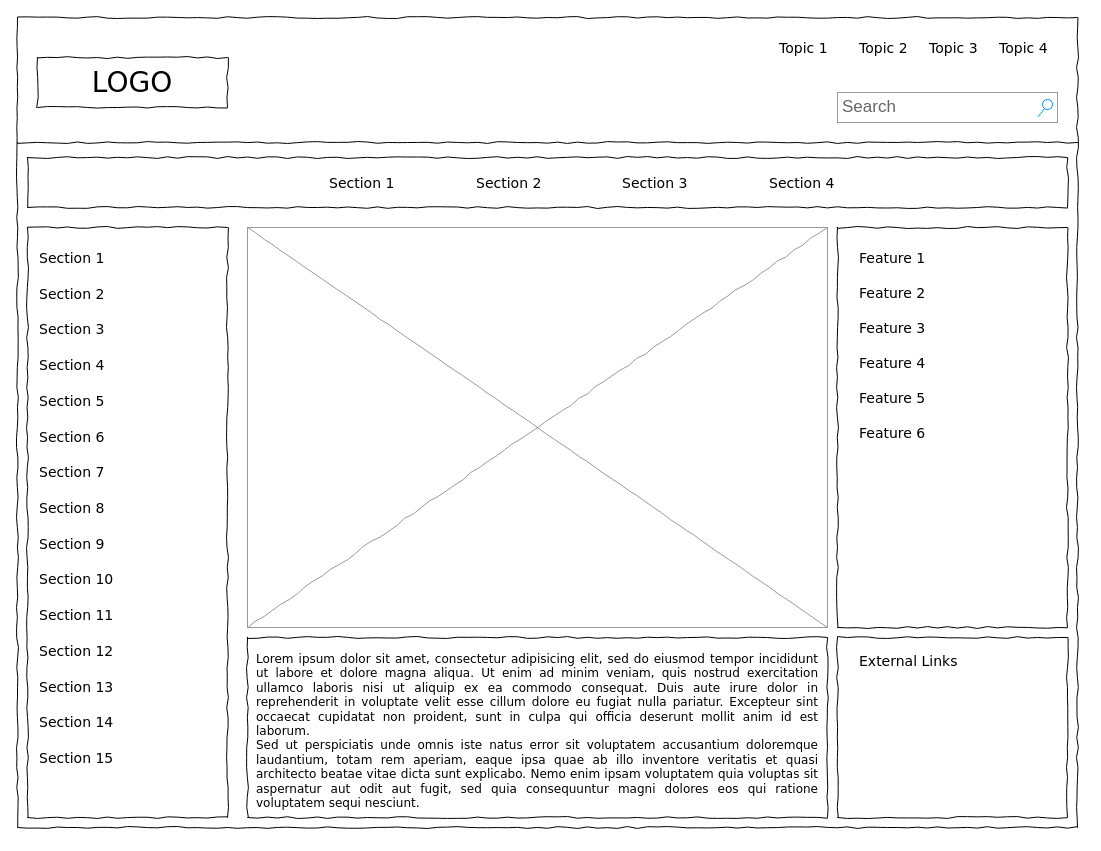
Earlier version of the draw.io diagram Diagrama sin título.drawio (rrespiggi/curso-html-css-inicial). Source tidied: cells renumbered, new cells numbered last; positions are measured from the earlier drawing's top-left corner, leaving out a move shared by most shapes. Both pictures are drawn from the tidied source at 100%, with x=0, y=0 at pixel (17, 17).
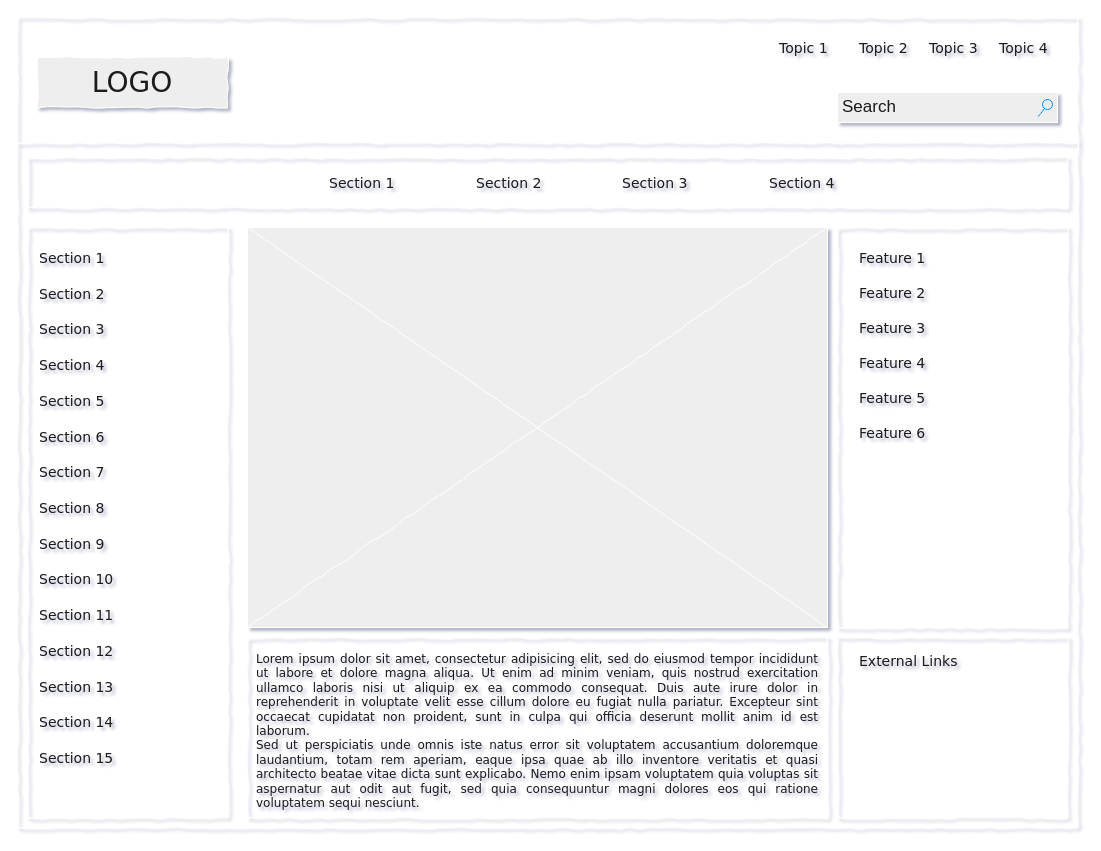
The same diagram, later.

Diff of the diagram source:
```diff
@@
-<mxGraphModel background="#ffffff">
+<mxGraphModel background="#ffffff" shadow="1">
@@
-    <mxCell id="2" style="whiteSpace=wrap;html=1;rounded=0;shadow=0;labelBackgroundColor=none;strokeColor=#000000;strokeWidth=1;fillColor=none;fontFamily=Verdana;fontSize=12;fontColor=#000000;align=center;comic=1;" parent="1" vertex="1">
+    <mxCell id="2" style="whiteSpace=wrap;html=1;rounded=0;shadow=0;labelBackgroundColor=none;strokeColor=#FFFFFF;strokeWidth=1;fillColor=none;fontFamily=Verdana;fontSize=12;fontColor=#1A1A1A;align=center;comic=1;" parent="1" vertex="1">
       <mxGeometry width="1060" height="810" as="geometry" />
     </mxCell>
-    <mxCell id="3" value="LOGO" style="whiteSpace=wrap;html=1;rounded=0;shadow=0;labelBackgroundColor=none;strokeWidth=1;fontFamily=Verdana;fontSize=28;align=center;comic=1;" parent="1" vertex="1">
+    <mxCell id="3" value="LOGO" style="whiteSpace=wrap;html=1;rounded=0;shadow=0;labelBackgroundColor=none;strokeWidth=1;fontFamily=Verdana;fontSize=28;align=center;comic=1;fillColor=#EEEEEE;strokeColor=#FFFFFF;fontColor=#1A1A1A;" parent="1" vertex="1">
       <mxGeometry x="20" y="40" width="190" height="50" as="geometry" />
     </mxCell>
-    <mxCell id="4" value="Search" style="strokeWidth=1;shadow=0;dashed=0;align=center;html=1;shape=mxgraph.mockup.forms.searchBox;strokeColor=#999999;mainText=;strokeColor2=#008cff;fontColor=#666666;fontSize=17;align=left;spacingLeft=3;rounded=0;labelBackgroundColor=none;comic=1;" parent="1" vertex="1">
+    <mxCell id="4" value="Search" style="strokeWidth=1;shadow=0;dashed=0;align=center;html=1;shape=mxgraph.mockup.forms.searchBox;strokeColor=#FFFFFF;mainText=;strokeColor2=#008cff;fontColor=#1A1A1A;fontSize=17;align=left;spacingLeft=3;rounded=0;labelBackgroundColor=none;comic=1;fillColor=#EEEEEE;" parent="1" vertex="1">
       <mxGeometry x="820" y="75" width="220" height="30" as="geometry" />
     </mxCell>
-    <mxCell id="5" value="Topic 1" style="text;html=1;align=left;verticalAlign=top;spacingTop=-4;fontSize=14;fontFamily=Verdana;" parent="1" vertex="1">
+    <mxCell id="5" value="Topic 1" style="text;html=1;align=left;verticalAlign=top;spacingTop=-4;fontSize=14;fontFamily=Verdana;labelBackgroundColor=none;fontColor=#1A1A1A;" parent="1" vertex="1">
       <mxGeometry x="760" y="20" width="60" height="20" as="geometry" />
     </mxCell>
-    <mxCell id="6" value="Topic 2" style="text;html=1;align=left;verticalAlign=top;spacingTop=-4;fontSize=14;fontFamily=Verdana;" parent="1" vertex="1">
+    <mxCell id="6" value="Topic 2" style="text;html=1;align=left;verticalAlign=top;spacingTop=-4;fontSize=14;fontFamily=Verdana;labelBackgroundColor=none;fontColor=#1A1A1A;" parent="1" vertex="1">
       <mxGeometry x="840" y="20" width="60" height="20" as="geometry" />
     </mxCell>
-    <mxCell id="7" value="Topic 3" style="text;html=1;align=left;verticalAlign=top;spacingTop=-4;fontSize=14;fontFamily=Verdana;" parent="1" vertex="1">
+    <mxCell id="7" value="Topic 3" style="text;html=1;align=left;verticalAlign=top;spacingTop=-4;fontSize=14;fontFamily=Verdana;labelBackgroundColor=none;fontColor=#1A1A1A;" parent="1" vertex="1">
       <mxGeometry x="910" y="20" width="60" height="20" as="geometry" />
     </mxCell>
-    <mxCell id="8" value="Topic 4" style="text;html=1;align=left;verticalAlign=top;spacingTop=-4;fontSize=14;fontFamily=Verdana;" parent="1" vertex="1">
+    <mxCell id="8" value="Topic 4" style="text;html=1;align=left;verticalAlign=top;spacingTop=-4;fontSize=14;fontFamily=Verdana;labelBackgroundColor=none;fontColor=#1A1A1A;" parent="1" vertex="1">
       <mxGeometry x="980" y="20" width="60" height="20" as="geometry" />
     </mxCell>
-    <mxCell id="9" style="whiteSpace=wrap;html=1;rounded=0;shadow=0;labelBackgroundColor=none;strokeWidth=1;fillColor=none;fontFamily=Verdana;fontSize=12;align=center;comic=1;" parent="1" vertex="1">
+    <mxCell id="9" style="whiteSpace=wrap;html=1;rounded=0;shadow=0;labelBackgroundColor=none;strokeWidth=1;fillColor=none;fontFamily=Verdana;fontSize=12;align=center;comic=1;strokeColor=#FFFFFF;fontColor=#1A1A1A;" parent="1" vertex="1">
       <mxGeometry x="10" y="210" width="200" height="590" as="geometry" />
     </mxCell>
-    <mxCell id="10" style="line;strokeWidth=1;html=1;rounded=0;shadow=0;labelBackgroundColor=none;fillColor=none;fontFamily=Verdana;fontSize=14;fontColor=#000000;align=center;comic=1;" parent="1" vertex="1">
+    <mxCell id="10" style="line;strokeWidth=1;html=1;rounded=0;shadow=0;labelBackgroundColor=none;fillColor=none;fontFamily=Verdana;fontSize=14;fontColor=#1A1A1A;align=center;comic=1;strokeColor=#FFFFFF;" parent="1" vertex="1">
       <mxGeometry y="120" width="1060" height="10" as="geometry" />
     </mxCell>
-    <mxCell id="11" style="whiteSpace=wrap;html=1;rounded=0;shadow=0;labelBackgroundColor=none;strokeWidth=1;fillColor=none;fontFamily=Verdana;fontSize=12;align=center;comic=1;" parent="1" vertex="1">
+    <mxCell id="11" style="whiteSpace=wrap;html=1;rounded=0;shadow=0;labelBackgroundColor=none;strokeWidth=1;fillColor=none;fontFamily=Verdana;fontSize=12;align=center;comic=1;strokeColor=#FFFFFF;fontColor=#1A1A1A;" parent="1" vertex="1">
       <mxGeometry x="10" y="140" width="1040" height="50" as="geometry" />
     </mxCell>
-    <mxCell id="12" value="Section 1" style="text;html=1;align=left;verticalAlign=top;spacingTop=-4;fontSize=14;fontFamily=Verdana;" parent="1" vertex="1">
+    <mxCell id="12" value="Section 1" style="text;html=1;align=left;verticalAlign=top;spacingTop=-4;fontSize=14;fontFamily=Verdana;labelBackgroundColor=none;fontColor=#1A1A1A;" parent="1" vertex="1">
       <mxGeometry x="310" y="155" width="60" height="20" as="geometry" />
     </mxCell>
-    <mxCell id="13" value="Section 2" style="text;html=1;align=left;verticalAlign=top;spacingTop=-4;fontSize=14;fontFamily=Verdana;" parent="1" vertex="1">
+    <mxCell id="13" value="Section 2" style="text;html=1;align=left;verticalAlign=top;spacingTop=-4;fontSize=14;fontFamily=Verdana;labelBackgroundColor=none;fontColor=#1A1A1A;" parent="1" vertex="1">
       <mxGeometry x="457" y="155" width="60" height="20" as="geometry" />
     </mxCell>
-    <mxCell id="14" value="Section 3" style="text;html=1;align=left;verticalAlign=top;spacingTop=-4;fontSize=14;fontFamily=Verdana;" parent="1" vertex="1">
+    <mxCell id="14" value="Section 3" style="text;html=1;align=left;verticalAlign=top;spacingTop=-4;fontSize=14;fontFamily=Verdana;labelBackgroundColor=none;fontColor=#1A1A1A;" parent="1" vertex="1">
       <mxGeometry x="603" y="155" width="60" height="20" as="geometry" />
     </mxCell>
-    <mxCell id="15" value="Section 4" style="text;html=1;align=left;verticalAlign=top;spacingTop=-4;fontSize=14;fontFamily=Verdana;" parent="1" vertex="1">
+    <mxCell id="15" value="Section 4" style="text;html=1;align=left;verticalAlign=top;spacingTop=-4;fontSize=14;fontFamily=Verdana;labelBackgroundColor=none;fontColor=#1A1A1A;" parent="1" vertex="1">
       <mxGeometry x="750" y="155" width="60" height="20" as="geometry" />
     </mxCell>
-    <mxCell id="16" value="&lt;div style=&quot;text-align: justify&quot;&gt;&lt;span&gt;Lorem ipsum dolor sit amet, consectetur adipisicing elit, sed do eiusmod tempor incididunt ut labore et dolore magna aliqua. Ut enim ad minim veniam, quis nostrud exercitation ullamco laboris nisi ut aliquip ex ea commodo consequat. Duis aute irure dolor in reprehenderit in voluptate velit esse cillum dolore eu fugiat nulla pariatur. Excepteur sint occaecat cupidatat non proident, sunt in culpa qui officia deserunt mollit anim id est laborum.&lt;/span&gt;&lt;/div&gt;&lt;div style=&quot;text-align: justify&quot;&gt;&lt;span&gt;Sed ut perspiciatis unde omnis iste natus error sit voluptatem accusantium doloremque laudantium, totam rem aperiam, eaque ipsa quae ab illo inventore veritatis et quasi architecto beatae vitae dicta sunt explicabo. Nemo enim ipsam voluptatem quia voluptas sit aspernatur aut odit aut fugit, sed quia consequuntur magni dolores eos qui ratione voluptatem sequi nesciunt.&amp;nbsp;&lt;/span&gt;&lt;/div&gt;" style="whiteSpace=wrap;html=1;rounded=0;shadow=0;labelBackgroundColor=none;strokeWidth=1;fillColor=none;fontFamily=Verdana;fontSize=12;align=center;verticalAlign=top;spacing=10;comic=1;" parent="1" vertex="1">
+    <mxCell id="16" value="&lt;div style=&quot;text-align: justify&quot;&gt;&lt;span&gt;Lorem ipsum dolor sit amet, consectetur adipisicing elit, sed do eiusmod tempor incididunt ut labore et dolore magna aliqua. Ut enim ad minim veniam, quis nostrud exercitation ullamco laboris nisi ut aliquip ex ea commodo consequat. Duis aute irure dolor in reprehenderit in voluptate velit esse cillum dolore eu fugiat nulla pariatur. Excepteur sint occaecat cupidatat non proident, sunt in culpa qui officia deserunt mollit anim id est laborum.&lt;/span&gt;&lt;/div&gt;&lt;div style=&quot;text-align: justify&quot;&gt;&lt;span&gt;Sed ut perspiciatis unde omnis iste natus error sit voluptatem accusantium doloremque laudantium, totam rem aperiam, eaque ipsa quae ab illo inventore veritatis et quasi architecto beatae vitae dicta sunt explicabo. Nemo enim ipsam voluptatem quia voluptas sit aspernatur aut odit aut fugit, sed quia consequuntur magni dolores eos qui ratione voluptatem sequi nesciunt.&amp;nbsp;&lt;/span&gt;&lt;/div&gt;" style="whiteSpace=wrap;html=1;rounded=0;shadow=0;labelBackgroundColor=none;strokeWidth=1;fillColor=none;fontFamily=Verdana;fontSize=12;align=center;verticalAlign=top;spacing=10;comic=1;strokeColor=#FFFFFF;fontColor=#1A1A1A;" parent="1" vertex="1">
       <mxGeometry x="230" y="620" width="580" height="180" as="geometry" />
     </mxCell>
-    <mxCell id="17" style="verticalLabelPosition=bottom;shadow=0;dashed=0;align=center;html=1;verticalAlign=top;strokeWidth=1;shape=mxgraph.mockup.graphics.simpleIcon;strokeColor=#999999;rounded=0;labelBackgroundColor=none;fontFamily=Verdana;fontSize=14;fontColor=#000000;comic=1;" parent="1" vertex="1">
+    <mxCell id="17" style="verticalLabelPosition=bottom;shadow=0;dashed=0;align=center;html=1;verticalAlign=top;strokeWidth=1;shape=mxgraph.mockup.graphics.simpleIcon;strokeColor=#FFFFFF;rounded=0;labelBackgroundColor=none;fontFamily=Verdana;fontSize=14;fontColor=#1A1A1A;comic=1;fillColor=#EEEEEE;" parent="1" vertex="1">
       <mxGeometry x="230" y="210" width="580" height="400" as="geometry" />
     </mxCell>
-    <mxCell id="18" style="whiteSpace=wrap;html=1;rounded=0;shadow=0;labelBackgroundColor=none;strokeWidth=1;fillColor=none;fontFamily=Verdana;fontSize=12;align=center;comic=1;" parent="1" vertex="1">
+    <mxCell id="18" style="whiteSpace=wrap;html=1;rounded=0;shadow=0;labelBackgroundColor=none;strokeWidth=1;fillColor=none;fontFamily=Verdana;fontSize=12;align=center;comic=1;strokeColor=#FFFFFF;fontColor=#1A1A1A;" parent="1" vertex="1">
       <mxGeometry x="820" y="210" width="230" height="400" as="geometry" />
     </mxCell>
-    <mxCell id="19" style="whiteSpace=wrap;html=1;rounded=0;shadow=0;labelBackgroundColor=none;strokeWidth=1;fillColor=none;fontFamily=Verdana;fontSize=12;align=center;comic=1;" parent="1" vertex="1">
+    <mxCell id="19" style="whiteSpace=wrap;html=1;rounded=0;shadow=0;labelBackgroundColor=none;strokeWidth=1;fillColor=none;fontFamily=Verdana;fontSize=12;align=center;comic=1;strokeColor=#FFFFFF;fontColor=#1A1A1A;" parent="1" vertex="1">
       <mxGeometry x="820" y="620" width="230" height="180" as="geometry" />
     </mxCell>
-    <mxCell id="20" value="Section 1" style="text;html=1;align=left;verticalAlign=top;spacingTop=-4;fontSize=14;fontFamily=Verdana;" parent="1" vertex="1">
+    <mxCell id="20" value="Section 1" style="text;html=1;align=left;verticalAlign=top;spacingTop=-4;fontSize=14;fontFamily=Verdana;labelBackgroundColor=none;fontColor=#1A1A1A;" parent="1" vertex="1">
       <mxGeometry x="20" y="230" width="170" height="20" as="geometry" />
     </mxCell>
-    <mxCell id="21" value="Section 2" style="text;html=1;align=left;verticalAlign=top;spacingTop=-4;fontSize=14;fontFamily=Verdana;" parent="1" vertex="1">
+    <mxCell id="21" value="Section 2" style="text;html=1;align=left;verticalAlign=top;spacingTop=-4;fontSize=14;fontFamily=Verdana;labelBackgroundColor=none;fontColor=#1A1A1A;" parent="1" vertex="1">
       <mxGeometry x="20" y="266" width="170" height="20" as="geometry" />
     </mxCell>
-    <mxCell id="22" value="Section 3" style="text;html=1;align=left;verticalAlign=top;spacingTop=-4;fontSize=14;fontFamily=Verdana;" parent="1" vertex="1">
+    <mxCell id="22" value="Section 3" style="text;html=1;align=left;verticalAlign=top;spacingTop=-4;fontSize=14;fontFamily=Verdana;labelBackgroundColor=none;fontColor=#1A1A1A;" parent="1" vertex="1">
       <mxGeometry x="20" y="301" width="170" height="20" as="geometry" />
     </mxCell>
-    <mxCell id="23" value="Section 4" style="text;html=1;align=left;verticalAlign=top;spacingTop=-4;fontSize=14;fontFamily=Verdana;" parent="1" vertex="1">
+    <mxCell id="23" value="Section 4" style="text;html=1;align=left;verticalAlign=top;spacingTop=-4;fontSize=14;fontFamily=Verdana;labelBackgroundColor=none;fontColor=#1A1A1A;" parent="1" vertex="1">
       <mxGeometry x="20" y="337" width="170" height="20" as="geometry" />
     </mxCell>
-    <mxCell id="24" value="Section 7" style="text;html=1;align=left;verticalAlign=top;spacingTop=-4;fontSize=14;fontFamily=Verdana;" parent="1" vertex="1">
+    <mxCell id="24" value="Section 7" style="text;html=1;align=left;verticalAlign=top;spacingTop=-4;fontSize=14;fontFamily=Verdana;labelBackgroundColor=none;fontColor=#1A1A1A;" parent="1" vertex="1">
       <mxGeometry x="20" y="444" width="170" height="20" as="geometry" />
     </mxCell>
-    <mxCell id="25" value="Section 8" style="text;html=1;align=left;verticalAlign=top;spacingTop=-4;fontSize=14;fontFamily=Verdana;" parent="1" vertex="1">
+    <mxCell id="25" value="Section 8" style="text;html=1;align=left;verticalAlign=top;spacingTop=-4;fontSize=14;fontFamily=Verdana;labelBackgroundColor=none;fontColor=#1A1A1A;" parent="1" vertex="1">
       <mxGeometry x="20" y="480" width="170" height="20" as="geometry" />
     </mxCell>
-    <mxCell id="26" value="Section 9" style="text;html=1;align=left;verticalAlign=top;spacingTop=-4;fontSize=14;fontFamily=Verdana;" parent="1" vertex="1">
+    <mxCell id="26" value="Section 9" style="text;html=1;align=left;verticalAlign=top;spacingTop=-4;fontSize=14;fontFamily=Verdana;labelBackgroundColor=none;fontColor=#1A1A1A;" parent="1" vertex="1">
       <mxGeometry x="20" y="516" width="170" height="20" as="geometry" />
     </mxCell>
-    <mxCell id="27" value="Section 10" style="text;html=1;align=left;verticalAlign=top;spacingTop=-4;fontSize=14;fontFamily=Verdana;" parent="1" vertex="1">
+    <mxCell id="27" value="Section 10" style="text;html=1;align=left;verticalAlign=top;spacingTop=-4;fontSize=14;fontFamily=Verdana;labelBackgroundColor=none;fontColor=#1A1A1A;" parent="1" vertex="1">
       <mxGeometry x="20" y="551" width="170" height="20" as="geometry" />
     </mxCell>
-    <mxCell id="28" value="Section 11" style="text;html=1;align=left;verticalAlign=top;spacingTop=-4;fontSize=14;fontFamily=Verdana;" parent="1" vertex="1">
+    <mxCell id="28" value="Section 11" style="text;html=1;align=left;verticalAlign=top;spacingTop=-4;fontSize=14;fontFamily=Verdana;labelBackgroundColor=none;fontColor=#1A1A1A;" parent="1" vertex="1">
       <mxGeometry x="20" y="587" width="170" height="20" as="geometry" />
     </mxCell>
-    <mxCell id="29" value="Section 12" style="text;html=1;align=left;verticalAlign=top;spacingTop=-4;fontSize=14;fontFamily=Verdana;" parent="1" vertex="1">
+    <mxCell id="29" value="Section 12" style="text;html=1;align=left;verticalAlign=top;spacingTop=-4;fontSize=14;fontFamily=Verdana;labelBackgroundColor=none;fontColor=#1A1A1A;" parent="1" vertex="1">
       <mxGeometry x="20" y="623" width="170" height="20" as="geometry" />
     </mxCell>
-    <mxCell id="30" value="Section 13" style="text;html=1;align=left;verticalAlign=top;spacingTop=-4;fontSize=14;fontFamily=Verdana;" parent="1" vertex="1">
+    <mxCell id="30" value="Section 13" style="text;html=1;align=left;verticalAlign=top;spacingTop=-4;fontSize=14;fontFamily=Verdana;labelBackgroundColor=none;fontColor=#1A1A1A;" parent="1" vertex="1">
       <mxGeometry x="20" y="659" width="170" height="20" as="geometry" />
     </mxCell>
-    <mxCell id="31" value="Section 14" style="text;html=1;align=left;verticalAlign=top;spacingTop=-4;fontSize=14;fontFamily=Verdana;" parent="1" vertex="1">
+    <mxCell id="31" value="Section 14" style="text;html=1;align=left;verticalAlign=top;spacingTop=-4;fontSize=14;fontFamily=Verdana;labelBackgroundColor=none;fontColor=#1A1A1A;" parent="1" vertex="1">
       <mxGeometry x="20" y="694" width="170" height="20" as="geometry" />
     </mxCell>
-    <mxCell id="32" value="Section 5" style="text;html=1;align=left;verticalAlign=top;spacingTop=-4;fontSize=14;fontFamily=Verdana;" parent="1" vertex="1">
+    <mxCell id="32" value="Section 5" style="text;html=1;align=left;verticalAlign=top;spacingTop=-4;fontSize=14;fontFamily=Verdana;labelBackgroundColor=none;fontColor=#1A1A1A;" parent="1" vertex="1">
       <mxGeometry x="20" y="373" width="170" height="20" as="geometry" />
     </mxCell>
-    <mxCell id="33" value="Section 6" style="text;html=1;align=left;verticalAlign=top;spacingTop=-4;fontSize=14;fontFamily=Verdana;" parent="1" vertex="1">
+    <mxCell id="33" value="Section 6" style="text;html=1;align=left;verticalAlign=top;spacingTop=-4;fontSize=14;fontFamily=Verdana;labelBackgroundColor=none;fontColor=#1A1A1A;" parent="1" vertex="1">
       <mxGeometry x="20" y="409" width="170" height="20" as="geometry" />
     </mxCell>
-    <mxCell id="34" value="Section 15" style="text;html=1;align=left;verticalAlign=top;spacingTop=-4;fontSize=14;fontFamily=Verdana;" parent="1" vertex="1">
+    <mxCell id="34" value="Section 15" style="text;html=1;align=left;verticalAlign=top;spacingTop=-4;fontSize=14;fontFamily=Verdana;labelBackgroundColor=none;fontColor=#1A1A1A;" parent="1" vertex="1">
       <mxGeometry x="20" y="730" width="170" height="20" as="geometry" />
     </mxCell>
-    <mxCell id="35" value="External Links" style="text;html=1;align=left;verticalAlign=top;spacingTop=-4;fontSize=14;fontFamily=Verdana;" parent="1" vertex="1">
+    <mxCell id="35" value="External Links" style="text;html=1;align=left;verticalAlign=top;spacingTop=-4;fontSize=14;fontFamily=Verdana;labelBackgroundColor=none;fontColor=#1A1A1A;" parent="1" vertex="1">
       <mxGeometry x="840" y="633" width="170" height="20" as="geometry" />
     </mxCell>
-    <mxCell id="36" value="Feature 1" style="text;html=1;align=left;verticalAlign=top;spacingTop=-4;fontSize=14;fontFamily=Verdana;" parent="1" vertex="1">
+    <mxCell id="36" value="Feature 1" style="text;html=1;align=left;verticalAlign=top;spacingTop=-4;fontSize=14;fontFamily=Verdana;labelBackgroundColor=none;fontColor=#1A1A1A;" parent="1" vertex="1">
       <mxGeometry x="840" y="230" width="170" height="20" as="geometry" />
     </mxCell>
-    <mxCell id="37" value="Feature 2" style="text;html=1;align=left;verticalAlign=top;spacingTop=-4;fontSize=14;fontFamily=Verdana;" parent="1" vertex="1">
+    <mxCell id="37" value="Feature 2" style="text;html=1;align=left;verticalAlign=top;spacingTop=-4;fontSize=14;fontFamily=Verdana;labelBackgroundColor=none;fontColor=#1A1A1A;" parent="1" vertex="1">
       <mxGeometry x="840" y="265" width="170" height="20" as="geometry" />
     </mxCell>
-    <mxCell id="38" value="Feature 3" style="text;html=1;align=left;verticalAlign=top;spacingTop=-4;fontSize=14;fontFamily=Verdana;" parent="1" vertex="1">
+    <mxCell id="38" value="Feature 3" style="text;html=1;align=left;verticalAlign=top;spacingTop=-4;fontSize=14;fontFamily=Verdana;labelBackgroundColor=none;fontColor=#1A1A1A;" parent="1" vertex="1">
       <mxGeometry x="840" y="300" width="170" height="20" as="geometry" />
     </mxCell>
-    <mxCell id="39" value="Feature 4" style="text;html=1;align=left;verticalAlign=top;spacingTop=-4;fontSize=14;fontFamily=Verdana;" parent="1" vertex="1">
+    <mxCell id="39" value="Feature 4" style="text;html=1;align=left;verticalAlign=top;spacingTop=-4;fontSize=14;fontFamily=Verdana;labelBackgroundColor=none;fontColor=#1A1A1A;" parent="1" vertex="1">
       <mxGeometry x="840" y="335" width="170" height="20" as="geometry" />
     </mxCell>
-    <mxCell id="40" value="Feature 5" style="text;html=1;align=left;verticalAlign=top;spacingTop=-4;fontSize=14;fontFamily=Verdana;" parent="1" vertex="1">
+    <mxCell id="40" value="Feature 5" style="text;html=1;align=left;verticalAlign=top;spacingTop=-4;fontSize=14;fontFamily=Verdana;labelBackgroundColor=none;fontColor=#1A1A1A;" parent="1" vertex="1">
       <mxGeometry x="840" y="370" width="170" height="20" as="geometry" />
     </mxCell>
-    <mxCell id="41" value="Feature 6" style="text;html=1;align=left;verticalAlign=top;spacingTop=-4;fontSize=14;fontFamily=Verdana;" parent="1" vertex="1">
+    <mxCell id="41" value="Feature 6" style="text;html=1;align=left;verticalAlign=top;spacingTop=-4;fontSize=14;fontFamily=Verdana;labelBackgroundColor=none;fontColor=#1A1A1A;" parent="1" vertex="1">
       <mxGeometry x="840" y="405" width="170" height="20" as="geometry" />
     </mxCell>
```
